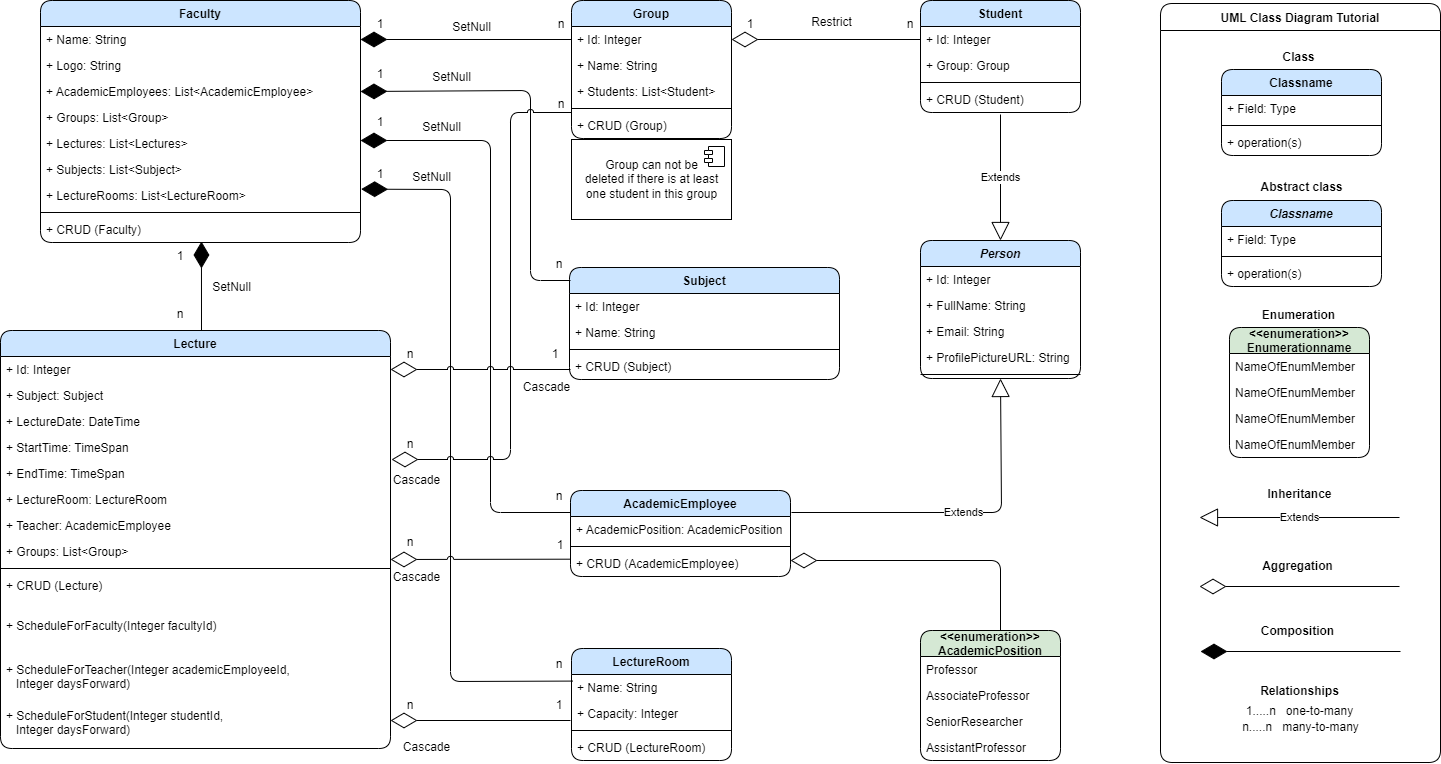
Before: UniversityUML.png, a diagram exported from draw.io (skhudolii/University-Management-System). Source tidied: cells renumbered, new cells last; positions are measured from the earlier drawing's top-left corner, leaving out a move shared by most shapes.
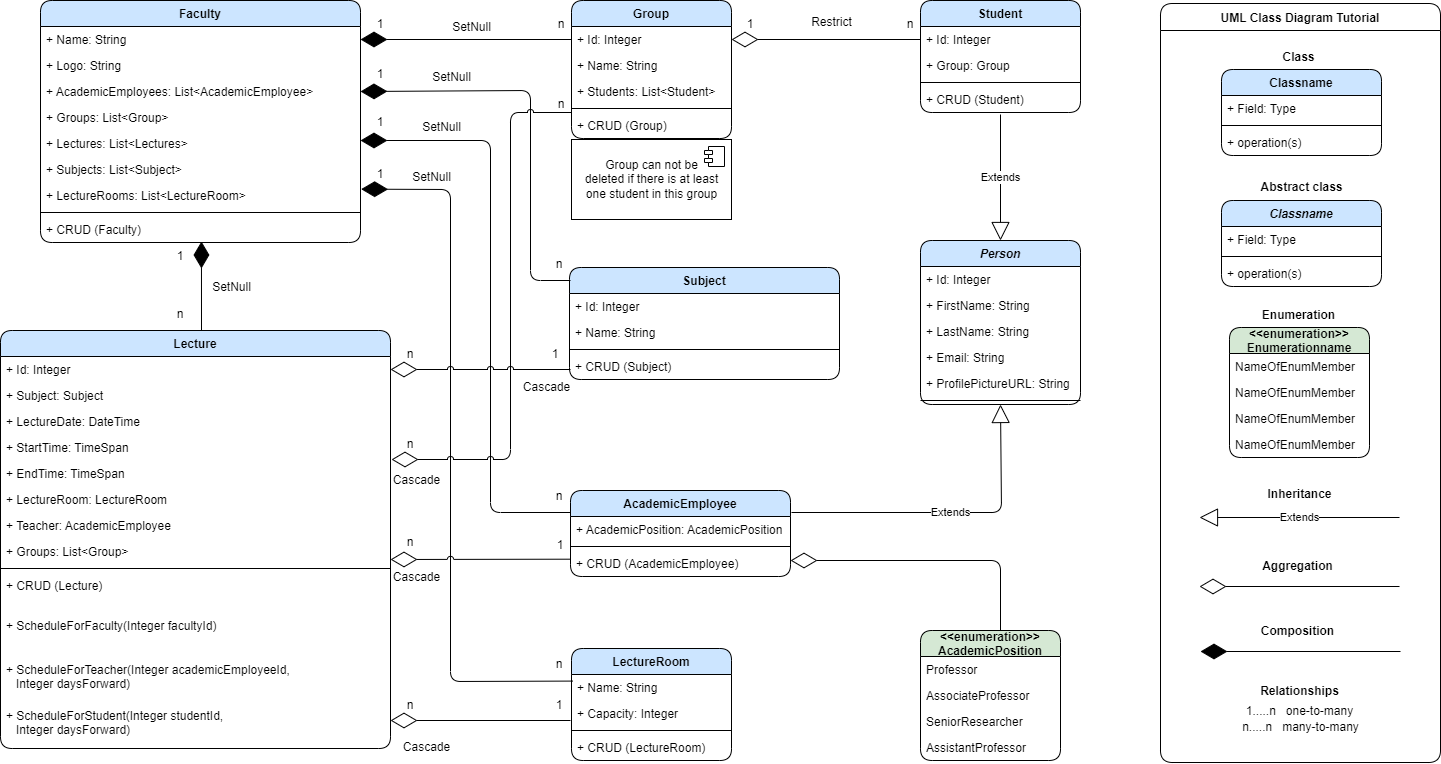
Above is the later version.

Commit message:
Change UniversityUML according to previous change in Person class

Change to the diagram source:
```diff
@@ -105,22 +105,25 @@
       <mxGeometry y="112" width="160" height="26" as="geometry" />
     </mxCell>
     <mxCell id="36" value="Person" style="swimlane;fontStyle=3;align=center;verticalAlign=top;horizontal=1;startSize=26;rounded=1;fillColor=#CCE5FF;" parent="1" vertex="1">
-      <mxGeometry x="920" y="240" width="160" height="138" as="geometry" />
+      <mxGeometry x="920" y="240" width="160" height="164" as="geometry" />
     </mxCell>
     <mxCell id="37" value="+ Id: Integer" style="text;strokeColor=none;fillColor=none;align=left;verticalAlign=top;spacingLeft=4;spacingRight=4;overflow=hidden;rounded=1;" parent="36" vertex="1">
       <mxGeometry y="26" width="160" height="26" as="geometry" />
     </mxCell>
-    <mxCell id="38" value="+ FullName: String" style="text;strokeColor=none;fillColor=none;align=left;verticalAlign=top;spacingLeft=4;spacingRight=4;overflow=hidden;rounded=1;" parent="36" vertex="1">
+    <mxCell id="38" value="+ FirstName: String" style="text;strokeColor=none;fillColor=none;align=left;verticalAlign=top;spacingLeft=4;spacingRight=4;overflow=hidden;rounded=1;" parent="36" vertex="1">
       <mxGeometry y="52" width="160" height="26" as="geometry" />
     </mxCell>
+    <mxCell id="133" value="+ LastName: String" style="text;strokeColor=none;fillColor=none;align=left;verticalAlign=top;spacingLeft=4;spacingRight=4;overflow=hidden;rounded=1;" parent="36" vertex="1">
+      <mxGeometry y="78" width="160" height="26" as="geometry" />
+    </mxCell>
     <mxCell id="39" value="+ Email: String" style="text;strokeColor=none;fillColor=none;align=left;verticalAlign=top;spacingLeft=4;spacingRight=4;overflow=hidden;rounded=1;" parent="36" vertex="1">
-      <mxGeometry y="78" width="160" height="26" as="geometry" />
+      <mxGeometry y="104" width="160" height="26" as="geometry" />
     </mxCell>
     <mxCell id="40" value="+ ProfilePictureURL: String" style="text;strokeColor=none;fillColor=none;align=left;verticalAlign=top;spacingLeft=4;spacingRight=4;overflow=hidden;rounded=1;" parent="36" vertex="1">
-      <mxGeometry y="104" width="160" height="26" as="geometry" />
+      <mxGeometry y="130" width="160" height="26" as="geometry" />
     </mxCell>
     <mxCell id="41" style="line;strokeWidth=1;fillColor=none;align=left;verticalAlign=middle;spacingTop=-1;spacingLeft=3;spacingRight=3;labelPosition=right;rounded=1;" parent="36" vertex="1">
-      <mxGeometry y="130" width="160" height="8" as="geometry" />
+      <mxGeometry y="156" width="160" height="8" as="geometry" />
     </mxCell>
     <mxCell id="42" value="&lt;&lt;enumeration&gt;&gt;&#10;AcademicPosition" style="swimlane;fontStyle=1;horizontal=1;startSize=26;rounded=1;fillColor=#D5E8D4;" parent="1" vertex="1">
       <mxGeometry x="920" y="630" width="140" height="130" as="geometry" />
```
